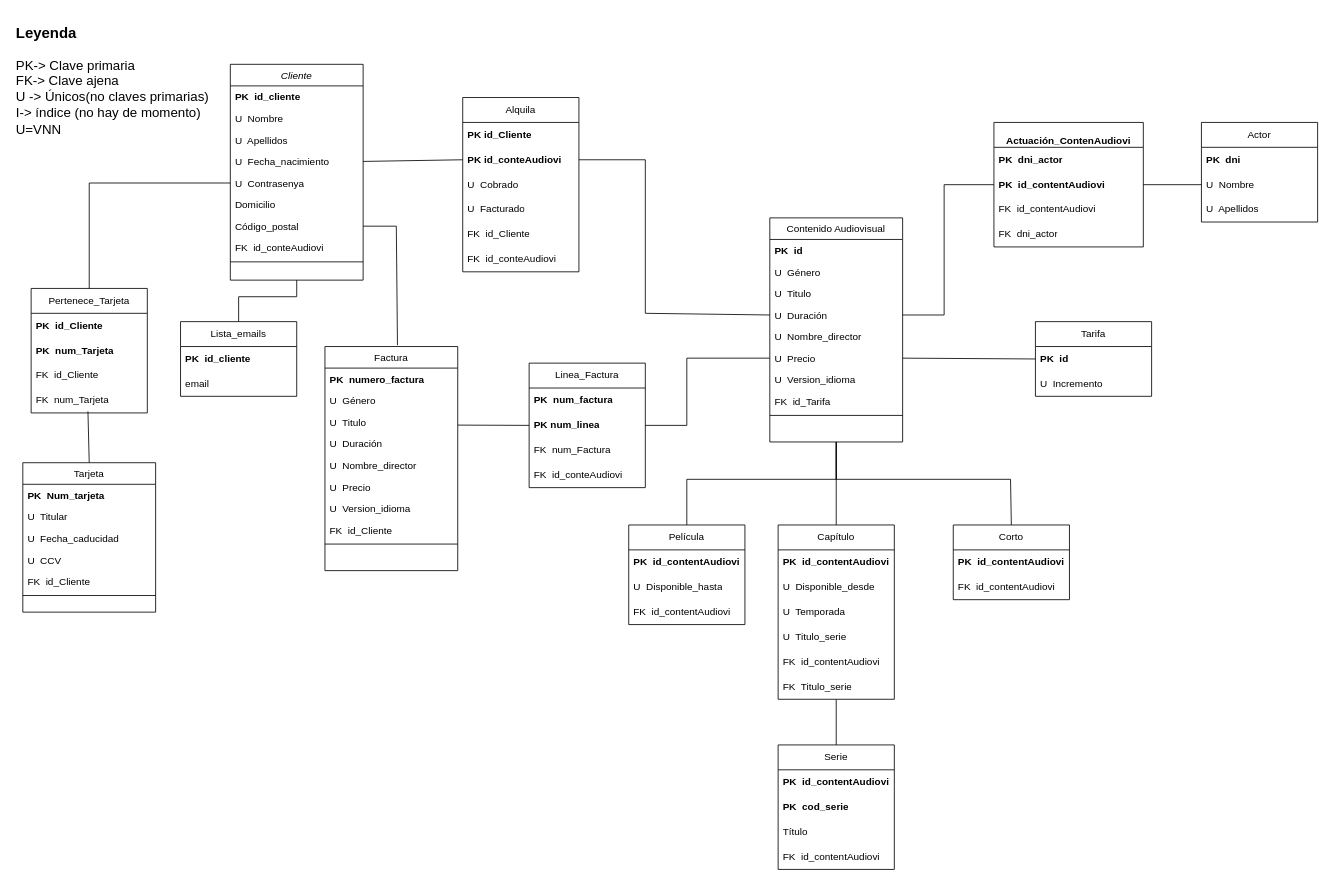
Earlier version of the draw.io diagram Modelo Relacional.drawio (Ivanmontesinos21/Proyecto_MiraVereda). Source tidied: cells renumbered, new cells numbered last; positions are measured from the earlier drawing's top-left corner, leaving out a move shared by most shapes. Both pictures are drawn from the tidied source at 83%, with x=0, y=0 at pixel (14, 14).
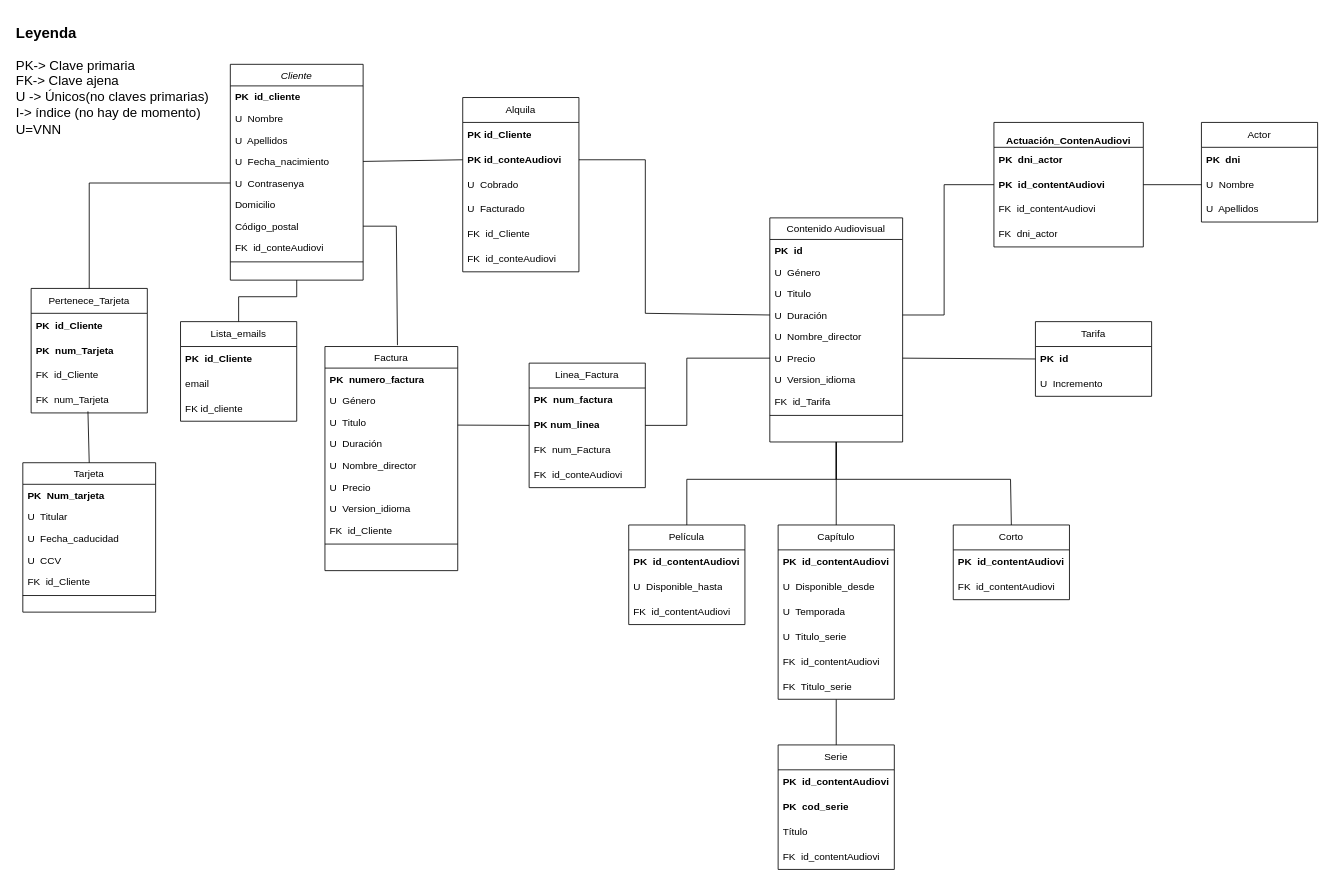
After the change.

Commit message:
Modelo RelacionalV3

Change to the diagram source:
```diff
@@
     <mxCell id="97" value="Lista_emails" style="swimlane;fontStyle=0;horizontal=1;startSize=30;whiteSpace=wrap;html=1;" parent="1" vertex="1">
-      <mxGeometry x="200" y="370" width="140" height="90" as="geometry" />
+      <mxGeometry x="200" y="370" width="140" height="120" as="geometry" />
     </mxCell>
-    <mxCell id="98" value="&lt;b&gt;PK&amp;nbsp; id_cliente&lt;/b&gt;" style="text;strokeColor=none;fillColor=none;align=left;verticalAlign=middle;spacingLeft=4;spacingRight=4;overflow=hidden;whiteSpace=wrap;html=1;" parent="97" vertex="1">
+    <mxCell id="98" value="&lt;b&gt;PK&amp;nbsp; id_Cliente&lt;/b&gt;" style="text;strokeColor=none;fillColor=none;align=left;verticalAlign=middle;spacingLeft=4;spacingRight=4;overflow=hidden;whiteSpace=wrap;html=1;" parent="97" vertex="1">
       <mxGeometry y="30" width="140" height="30" as="geometry" />
     </mxCell>
@@
+    <mxCell id="106" value="FK id_cliente" style="text;strokeColor=none;fillColor=none;align=left;verticalAlign=middle;spacingLeft=4;spacingRight=4;overflow=hidden;whiteSpace=wrap;html=1;" parent="97" vertex="1">
+      <mxGeometry y="90" width="140" height="30" as="geometry" />
+    </mxCell>
```
